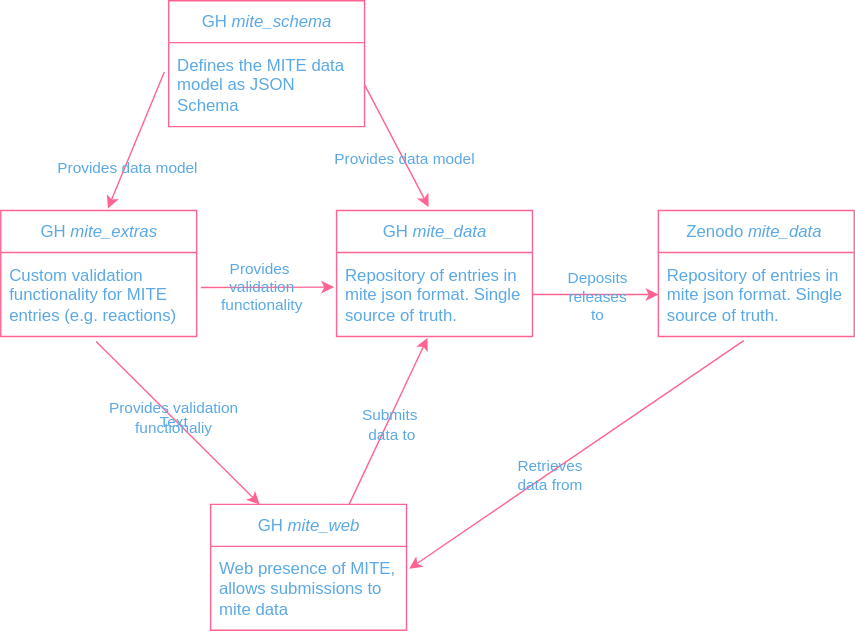
Above: profile/mite_standard_repo_dependency_graph.drawio.svg in mite-standard/.github (draw.io), before the change. Source tidied: cells renumbered, new cells last; positions are measured from the earlier drawing's top-left corner, leaving out a move shared by most shapes.
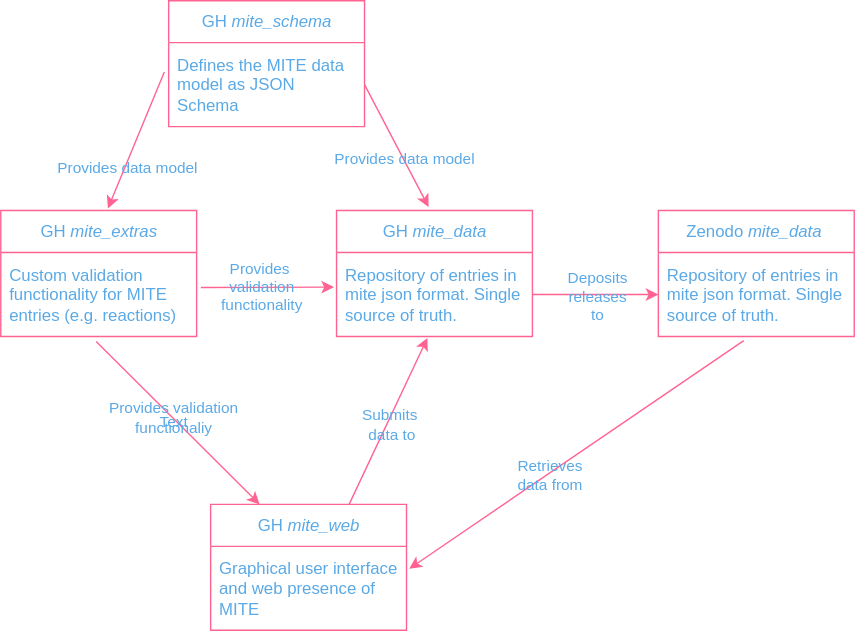
Later version of the same file.

Commit message:
Improved labels

Diff of the diagram source:
```diff
@@ -23,7 +23,7 @@
     <mxCell id="8" value="GH&lt;i&gt; mite_web&lt;/i&gt;" style="swimlane;fontStyle=0;horizontal=1;startSize=30;whiteSpace=wrap;html=1;fillColor=none;labelBackgroundColor=none;strokeColor=#FF6392;fontColor=#5AA9E6;" parent="1" vertex="1">
       <mxGeometry x="150" y="360" width="140" height="90" as="geometry" />
     </mxCell>
-    <mxCell id="9" value="Web presence of MITE, allows submissions to mite data" style="text;fillColor=none;align=left;verticalAlign=middle;spacingLeft=4;spacingRight=4;overflow=hidden;points=[[0,0.5],[1,0.5]];portConstraint=eastwest;whiteSpace=wrap;html=1;labelBackgroundColor=none;fontColor=#5AA9E6;" parent="8" vertex="1">
+    <mxCell id="9" value="Graphical user interface and web presence of MITE" style="text;fillColor=none;align=left;verticalAlign=middle;spacingLeft=4;spacingRight=4;overflow=hidden;points=[[0,0.5],[1,0.5]];portConstraint=eastwest;whiteSpace=wrap;html=1;labelBackgroundColor=none;fontColor=#5AA9E6;" parent="8" vertex="1">
       <mxGeometry y="30" width="140" height="60" as="geometry" />
     </mxCell>
     <mxCell id="10" style="endArrow=classic;html=1;rounded=0;exitX=1;exitY=0.5;exitDx=0;exitDy=0;entryX=0.47;entryY=-0.028;entryDx=0;entryDy=0;entryPerimeter=0;fillColor=none;fontColor=default;labelBackgroundColor=none;strokeColor=#FF6392;" parent="1" edge="1" source="3" target="4">
```
